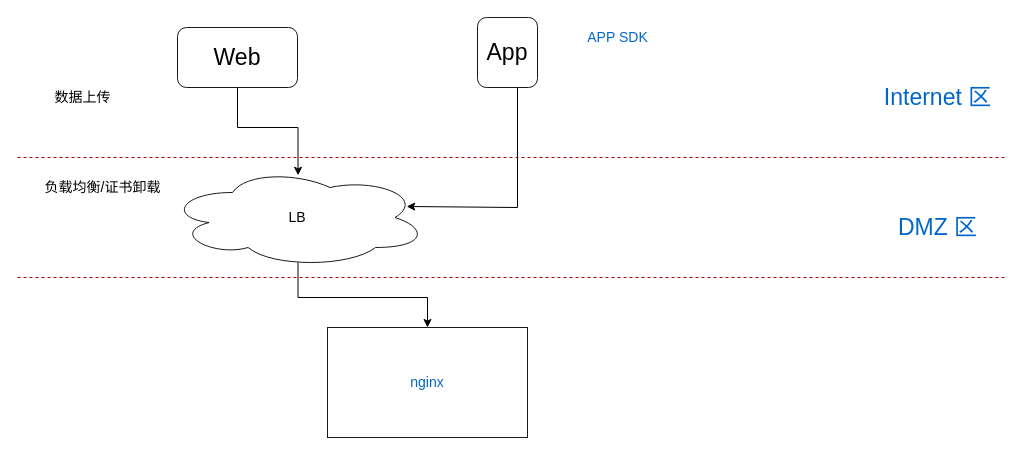
The draw.io diagram 通用平台上线.drawio in zeng0550/free-programming-books, before the edit. Source tidied: cells renumbered, new cells numbered last; positions are measured from the earlier drawing's top-left corner, leaving out a move shared by most shapes. Both pictures are drawn from the tidied source at 100%, with x=0, y=0 at pixel (17, 17).
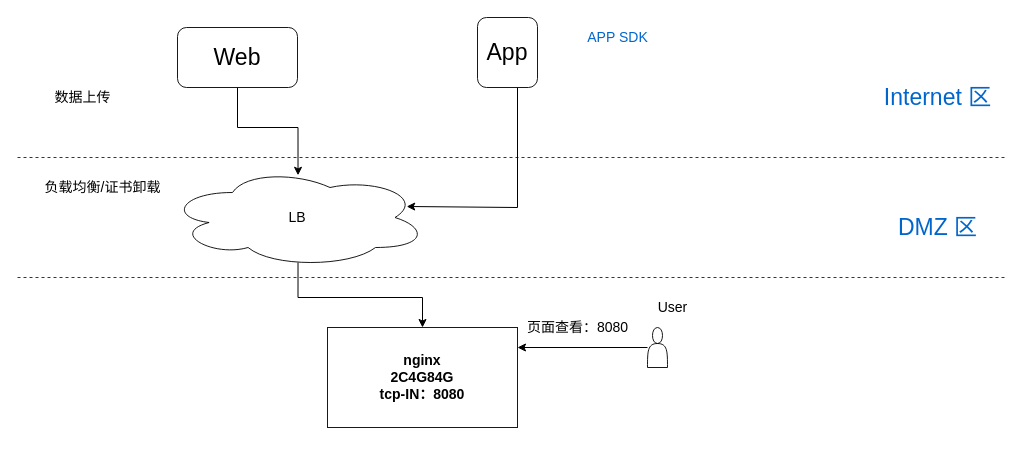
The same page after the edit.

Commit message (it also covers changes not shown here):
更新通用平台上线.drawio

The edit, as a diff of the source:
```diff
@@
-    <mxCell id="15" value="nginx" style="rounded=0;whiteSpace=wrap;html=1;fontSize=14;fontColor=#0066CC;strokeWidth=1;opacity=90;" parent="1" vertex="1">
-      <mxGeometry x="310" y="310" width="200" height="110" as="geometry" />
+    <mxCell id="15" value="&lt;b&gt;&lt;font color=&quot;#000000&quot;&gt;nginx&lt;br&gt;2C4G84G&lt;br&gt;tcp-IN：8080&lt;/font&gt;&lt;/b&gt;" style="rounded=0;whiteSpace=wrap;html=1;fontSize=14;fontColor=#0066CC;strokeWidth=1;opacity=90;" parent="1" vertex="1">
+      <mxGeometry x="310" y="310" width="190" height="100" as="geometry" />
     </mxCell>
+    <mxCell id="16" value="User" style="text;html=1;align=center;verticalAlign=middle;strokeColor=none;fillColor=none;fontSize=14;" parent="1" vertex="1">
+      <mxGeometry x="630" y="280" width="50" height="20" as="geometry" />
+    </mxCell>
+    <mxCell id="17" style="edgeStyle=orthogonalEdgeStyle;rounded=0;jettySize=auto;html=1;fontSize=14;fontColor=#0066CC;" parent="1" edge="1" source="18">
+      <mxGeometry relative="1" as="geometry">
+        <mxPoint x="500" y="330" as="targetPoint" />
+      </mxGeometry>
+    </mxCell>
+    <mxCell id="18" style="shape=actor;whiteSpace=wrap;html=1;fontSize=14;fontColor=#0066CC;strokeWidth=1;opacity=90;" parent="1" vertex="1">
+      <mxGeometry x="630" y="310" width="20" height="40" as="geometry" />
+    </mxCell>
+    <mxCell id="19" value="页面查看：8080" style="text;html=1;align=center;verticalAlign=middle;strokeColor=none;fillColor=none;fontSize=14;" parent="1" vertex="1">
+      <mxGeometry x="500" y="300" width="120" height="20" as="geometry" />
+    </mxCell>
```
